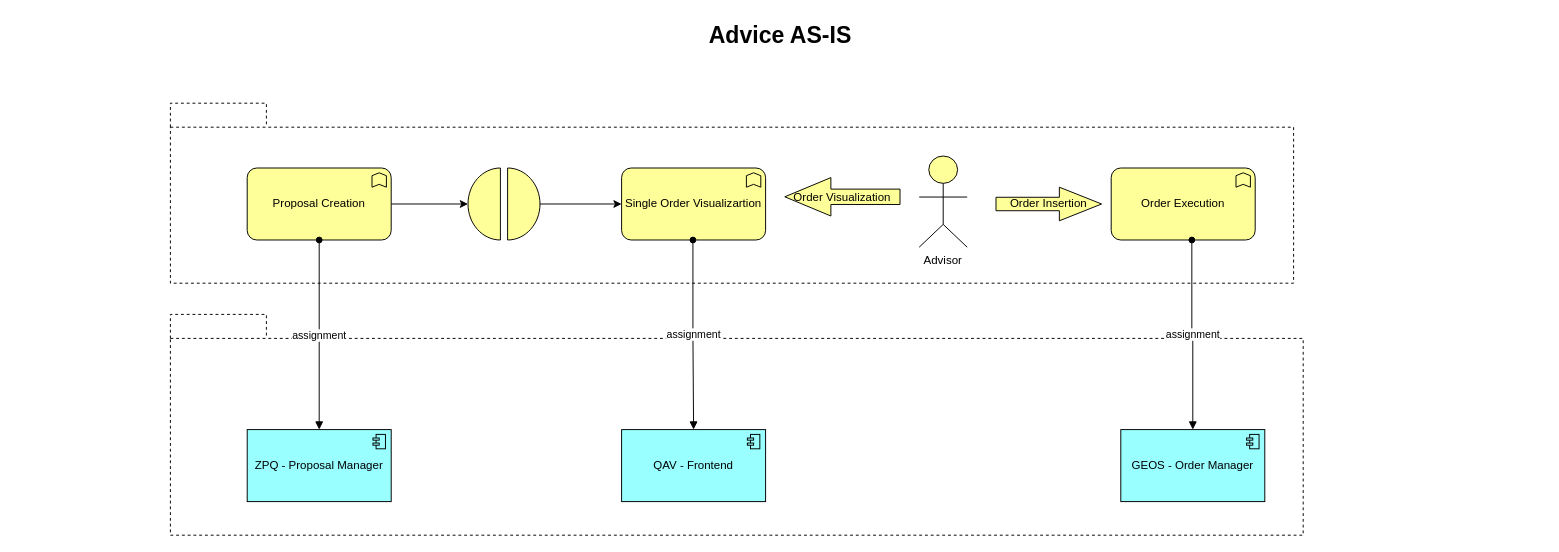
marcogenovaunicredit/adv-ba-process keeps this draw.io diagram as desing/Untitled Diagram.drawio. Above is the earlier version. Source tidied: cells renumbered, new cells numbered last; positions are measured from the earlier drawing's top-left corner, leaving out a move shared by most shapes. Both pictures are drawn from the tidied source at 96%, with x=0, y=0 at pixel (16, 16).
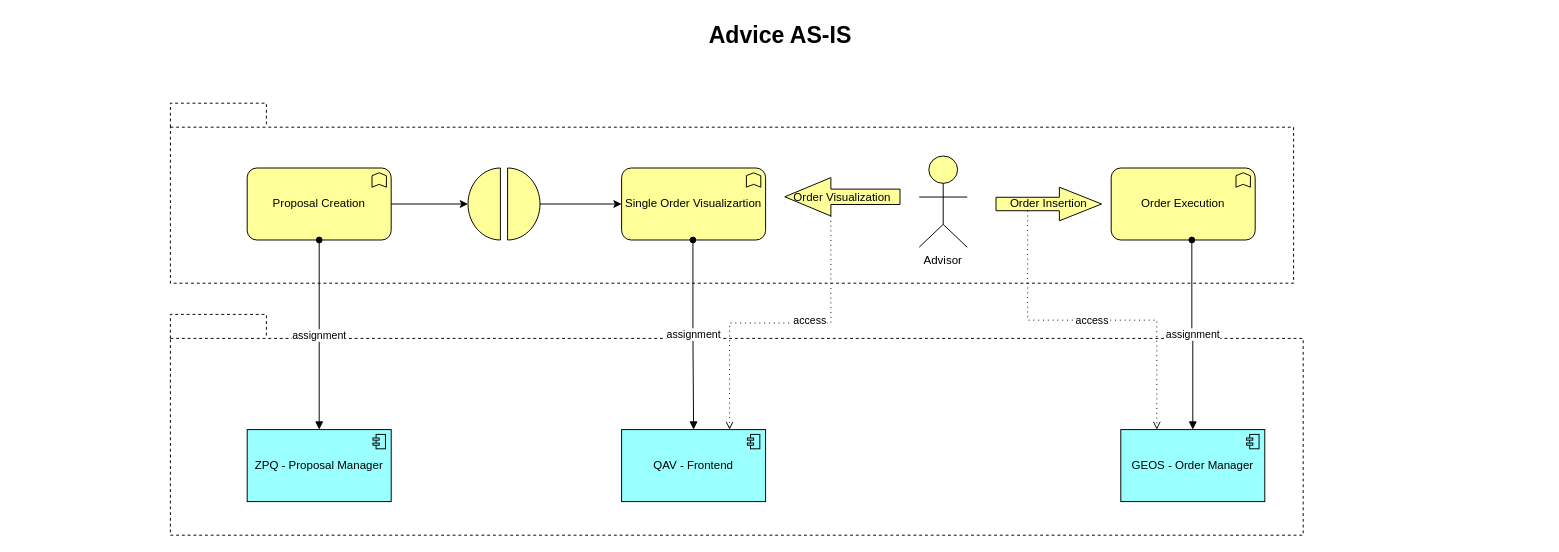
After the change.

Commit message:
Added the access components

The change refers to these unchanged cells:
```xml
<mxCell id="11" value="Order Visualization" style="html=1;outlineConnect=0;whiteSpace=wrap;fillColor=#ffff99;shape=mxgraph.archimate3.process;direction=west;" parent="1" vertex="1">
  <mxGeometry x="800" y="167.5" width="120" height="40" as="geometry" />
</mxCell>
<mxCell id="13" value="Order Insertion" style="html=1;outlineConnect=0;whiteSpace=wrap;fillColor=#ffff99;shape=mxgraph.archimate3.process;" parent="1" vertex="1">
  <mxGeometry x="1020" y="177.5" width="110" height="35" as="geometry" />
</mxCell>
<mxCell id="15" value="QAV - Frontend" style="html=1;outlineConnect=0;whiteSpace=wrap;fillColor=#99ffff;shape=mxgraph.archimate3.application;appType=comp;archiType=square;" parent="1" vertex="1">
  <mxGeometry x="630" y="430" width="150" height="75" as="geometry" />
</mxCell>
<mxCell id="16" value="GEOS - Order Manager" style="html=1;outlineConnect=0;whiteSpace=wrap;fillColor=#99ffff;shape=mxgraph.archimate3.application;appType=comp;archiType=square;" parent="1" vertex="1">
  <mxGeometry x="1150" y="430" width="150" height="75" as="geometry" />
</mxCell>
```

What changed in the source:
```diff
@@
+    <mxCell id="20" style="edgeStyle=elbowEdgeStyle;html=1;endArrow=open;elbow=vertical;endFill=0;dashed=1;dashPattern=1 4;rounded=0;exitX=0.6;exitY=0;exitDx=0;exitDy=0;exitPerimeter=0;entryX=0.75;entryY=0;entryDx=0;entryDy=0;entryPerimeter=0;" parent="1" edge="1" source="11" target="15">
+      <mxGeometry relative="1" as="geometry" />
+    </mxCell>
+    <mxCell id="21" value="access" style="edgeLabel;html=1;align=center;verticalAlign=middle;" parent="20" vertex="1">
+      <mxGeometry x="-0.18" y="-3" relative="1" as="geometry" />
+    </mxCell>
+    <mxCell id="22" value="access" style="edgeStyle=elbowEdgeStyle;html=1;endArrow=open;elbow=vertical;endFill=0;dashed=1;dashPattern=1 4;rounded=0;exitX=0.3;exitY=0.7;exitDx=0;exitDy=0;exitPerimeter=0;entryX=0.25;entryY=0;entryDx=0;entryDy=0;entryPerimeter=0;" parent="1" edge="1" source="13" target="16">
+      <mxGeometry relative="1" as="geometry" />
+    </mxCell>
```
